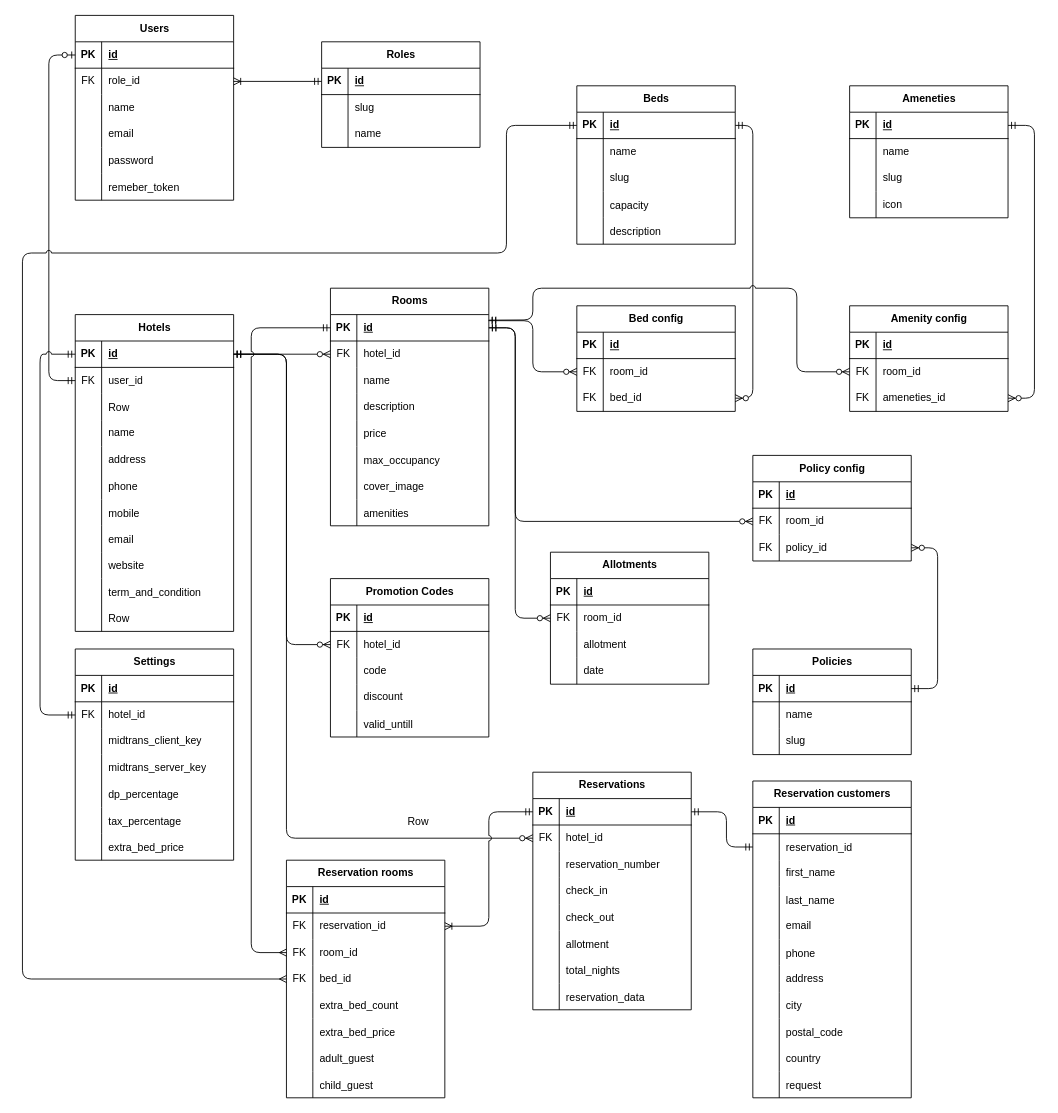
This is diagram.drawio from Hans-Star18/ta-booking-system, a draw.io file, before an edit. Source tidied: cells renumbered, new cells numbered last; positions are measured from the earlier drawing's top-left corner, leaving out a move shared by most shapes. Both pictures are drawn from the tidied source at 88%, with x=0, y=0 at pixel (22, 15).
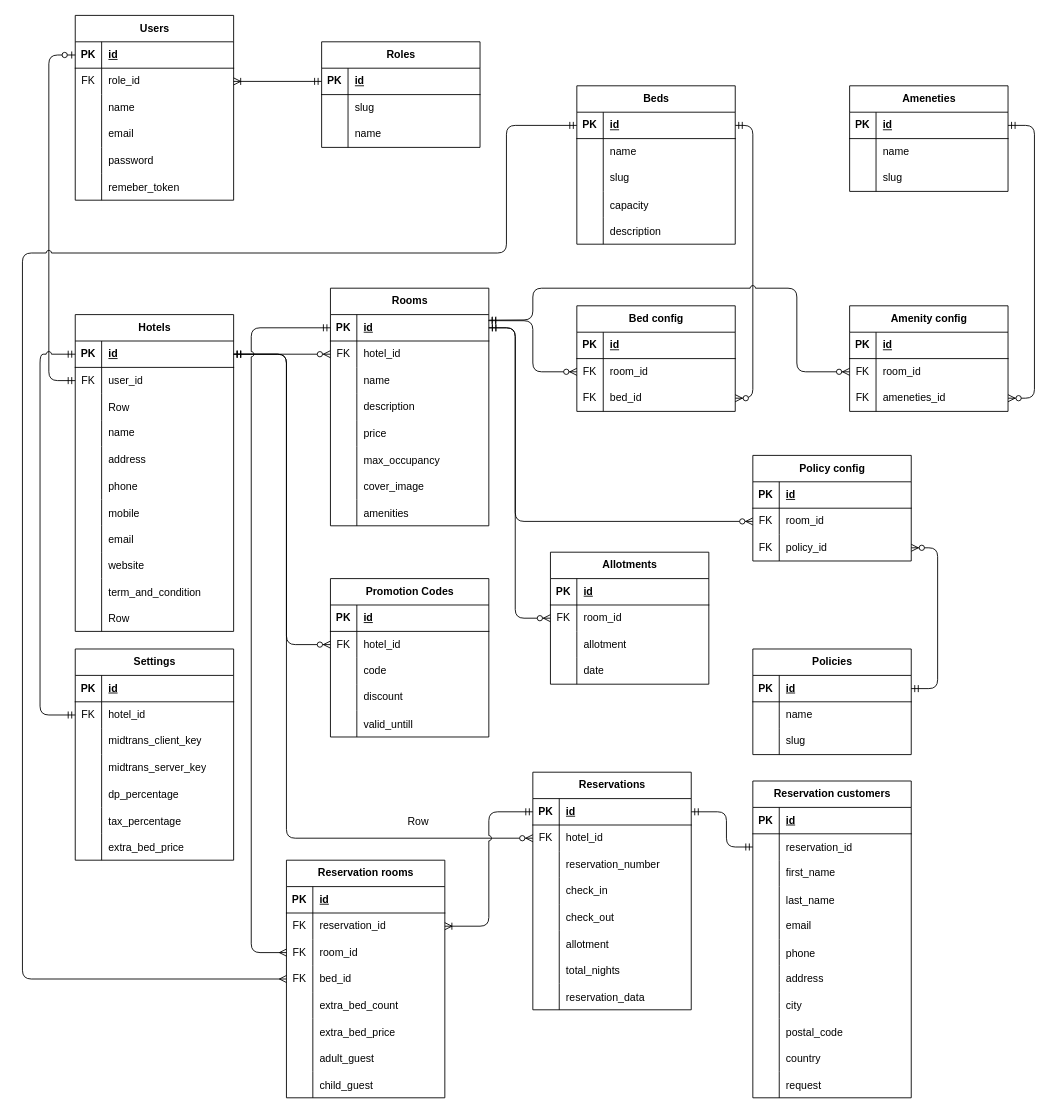
After the change.

Commit message (it also covers changes not shown here):
remove icon from amenity table

What changed in the source:
```diff
@@
     <mxCell id="158" value="Ameneties" style="shape=table;startSize=30;childLayout=tableLayout;rowLines=0;fontStyle=1;align=center;html=1;" parent="1" vertex="1">
-      <mxGeometry x="940" y="80" width="180" height="150" as="geometry" />
+      <mxGeometry x="940" y="80" width="180" height="120" as="geometry" />
     </mxCell>
@@
-    <mxCell id="168" style="shape=tableRow;horizontal=0;startSize=0;swimlaneHead=0;swimlaneBody=0;fillColor=none;top=0;left=0;right=0;bottom=0;" parent="158" vertex="1">
-      <mxGeometry y="120" width="180" height="30" as="geometry" />
-    </mxCell>
-    <mxCell id="169" style="shape=partialRectangle;fillColor=none;top=0;left=0;bottom=0;right=0;overflow=hidden;whiteSpace=wrap;html=1;" parent="168" vertex="1">
-      <mxGeometry width="30" height="30" as="geometry" />
-    </mxCell>
-    <mxCell id="170" value="icon" style="shape=partialRectangle;fillColor=none;top=0;left=0;bottom=0;right=0;align=left;spacingLeft=6;overflow=hidden;whiteSpace=wrap;html=1;" parent="168" vertex="1">
-      <mxGeometry x="30" width="150" height="30" as="geometry" />
-    </mxCell>
```
